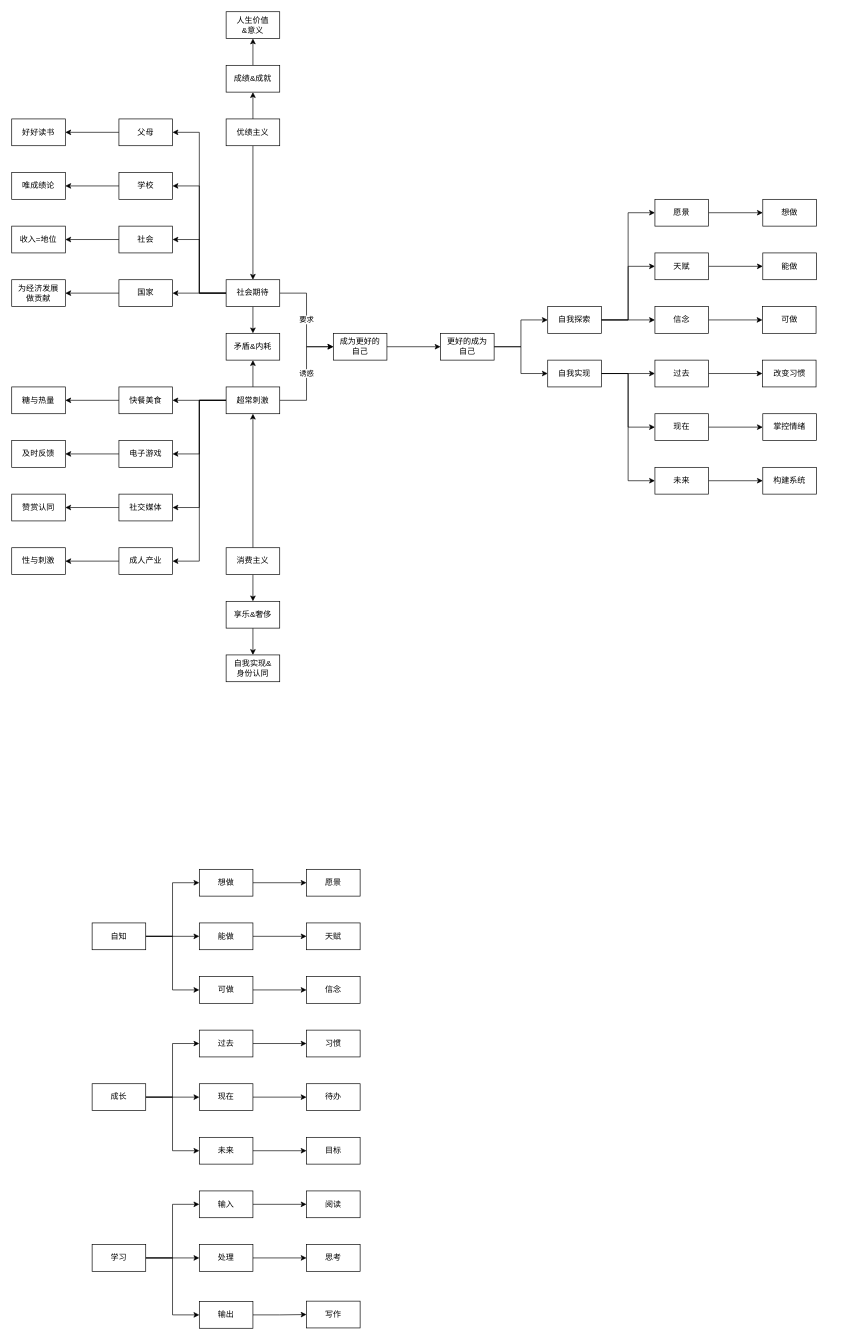
Earlier version of the draw.io diagram 人生系统.drawio (youyusan/life_system). Source tidied: cells renumbered, new cells numbered last; positions are measured from the earlier drawing's top-left corner, leaving out a move shared by most shapes. Both pictures are drawn from the tidied source at 67%, with x=0, y=0 at pixel (11, 11).
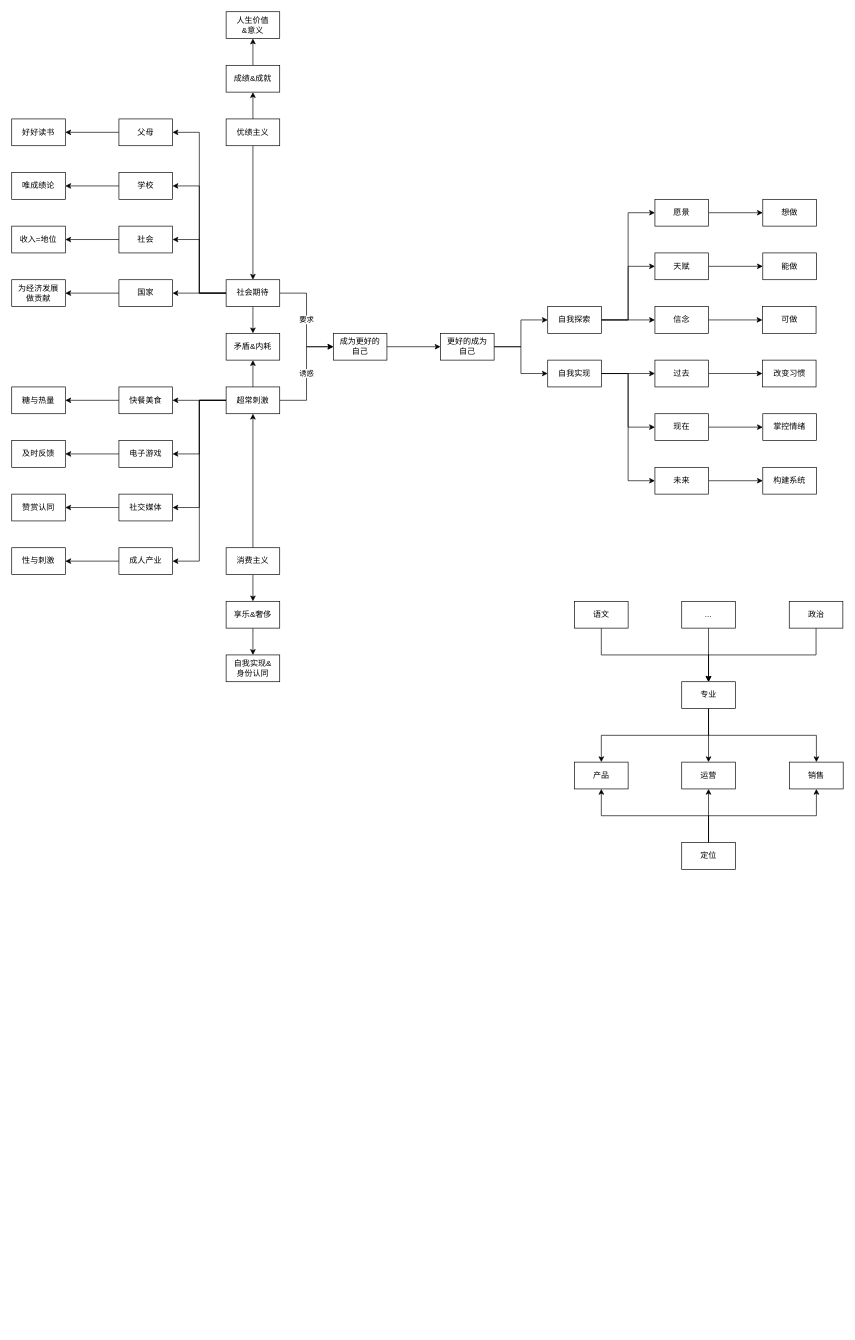
The same page after the edit.

Commit message:
更新人生系统.drawio

What changed in the source:
```diff
@@
-    <mxCell id="2" style="edgeStyle=orthogonalEdgeStyle;rounded=0;jettySize=auto;html=1;entryX=0;entryY=0.5;entryDx=0;entryDy=0;" parent="1" edge="1" source="5" target="7">
-      <mxGeometry relative="1" as="geometry" />
-    </mxCell>
-    <mxCell id="3" style="edgeStyle=orthogonalEdgeStyle;rounded=0;jettySize=auto;html=1;" parent="1" edge="1" source="5" target="11">
-      <mxGeometry relative="1" as="geometry" />
-    </mxCell>
-    <mxCell id="4" style="edgeStyle=orthogonalEdgeStyle;rounded=0;jettySize=auto;html=1;entryX=0;entryY=0.5;entryDx=0;entryDy=0;" parent="1" edge="1" source="5" target="9">
-      <mxGeometry relative="1" as="geometry" />
-    </mxCell>
-    <mxCell id="5" value="成长" style="rounded=0;whiteSpace=wrap;html=1;" parent="1" vertex="1">
-      <mxGeometry x="120" y="1600" width="80" height="40" as="geometry" />
-    </mxCell>
-    <mxCell id="6" style="edgeStyle=orthogonalEdgeStyle;rounded=0;jettySize=auto;html=1;entryX=0;entryY=0.5;entryDx=0;entryDy=0;" parent="1" edge="1" source="7" target="12">
-      <mxGeometry relative="1" as="geometry" />
-    </mxCell>
-    <mxCell id="7" value="过去" style="rounded=0;whiteSpace=wrap;html=1;" parent="1" vertex="1">
-      <mxGeometry x="280" y="1520" width="80" height="40" as="geometry" />
-    </mxCell>
-    <mxCell id="8" style="edgeStyle=orthogonalEdgeStyle;rounded=0;jettySize=auto;html=1;" parent="1" edge="1" source="9" target="14">
-      <mxGeometry relative="1" as="geometry" />
-    </mxCell>
-    <mxCell id="9" value="未来" style="rounded=0;whiteSpace=wrap;html=1;" parent="1" vertex="1">
-      <mxGeometry x="280" y="1680" width="80" height="40" as="geometry" />
-    </mxCell>
-    <mxCell id="10" style="edgeStyle=orthogonalEdgeStyle;rounded=0;jettySize=auto;html=1;" parent="1" edge="1" source="11" target="13">
-      <mxGeometry relative="1" as="geometry" />
-    </mxCell>
-    <mxCell id="11" value="现在" style="rounded=0;whiteSpace=wrap;html=1;" parent="1" vertex="1">
-      <mxGeometry x="280" y="1600" width="80" height="40" as="geometry" />
-    </mxCell>
-    <mxCell id="12" value="习惯" style="rounded=0;whiteSpace=wrap;html=1;" parent="1" vertex="1">
-      <mxGeometry x="440" y="1520" width="80" height="40" as="geometry" />
-    </mxCell>
-    <mxCell id="13" value="待办" style="rounded=0;whiteSpace=wrap;html=1;" parent="1" vertex="1">
-      <mxGeometry x="440" y="1600" width="80" height="40" as="geometry" />
-    </mxCell>
-    <mxCell id="14" value="目标" style="rounded=0;whiteSpace=wrap;html=1;" parent="1" vertex="1">
-      <mxGeometry x="440" y="1680" width="80" height="40" as="geometry" />
-    </mxCell>
-    <mxCell id="15" style="edgeStyle=orthogonalEdgeStyle;rounded=0;jettySize=auto;html=1;entryX=0;entryY=0.5;entryDx=0;entryDy=0;" parent="1" edge="1" source="18" target="20">
-      <mxGeometry relative="1" as="geometry" />
-    </mxCell>
-    <mxCell id="16" style="edgeStyle=orthogonalEdgeStyle;rounded=0;jettySize=auto;html=1;" parent="1" edge="1" source="18" target="22">
-      <mxGeometry relative="1" as="geometry" />
-    </mxCell>
-    <mxCell id="17" style="edgeStyle=orthogonalEdgeStyle;rounded=0;jettySize=auto;html=1;entryX=0;entryY=0.5;entryDx=0;entryDy=0;" parent="1" edge="1" source="18" target="24">
-      <mxGeometry relative="1" as="geometry" />
-    </mxCell>
-    <mxCell id="18" value="学习" style="rounded=0;whiteSpace=wrap;html=1;" parent="1" vertex="1">
-      <mxGeometry x="120" y="1840" width="80" height="40" as="geometry" />
-    </mxCell>
-    <mxCell id="19" style="edgeStyle=orthogonalEdgeStyle;rounded=0;jettySize=auto;html=1;entryX=0;entryY=0.5;entryDx=0;entryDy=0;" parent="1" edge="1" source="20" target="25">
-      <mxGeometry relative="1" as="geometry" />
-    </mxCell>
-    <mxCell id="20" value="输入" style="rounded=0;whiteSpace=wrap;html=1;" parent="1" vertex="1">
-      <mxGeometry x="280" y="1760" width="80" height="40" as="geometry" />
-    </mxCell>
-    <mxCell id="21" style="edgeStyle=orthogonalEdgeStyle;rounded=0;jettySize=auto;html=1;entryX=0;entryY=0.5;entryDx=0;entryDy=0;" parent="1" edge="1" source="22" target="26">
-      <mxGeometry relative="1" as="geometry" />
-    </mxCell>
-    <mxCell id="22" value="处理" style="rounded=0;whiteSpace=wrap;html=1;" parent="1" vertex="1">
-      <mxGeometry x="280" y="1840" width="80" height="40" as="geometry" />
-    </mxCell>
-    <mxCell id="23" style="edgeStyle=orthogonalEdgeStyle;rounded=0;jettySize=auto;html=1;" parent="1" edge="1" source="24" target="27">
-      <mxGeometry relative="1" as="geometry" />
-    </mxCell>
-    <mxCell id="24" value="输出" style="rounded=0;whiteSpace=wrap;html=1;" parent="1" vertex="1">
-      <mxGeometry x="280" y="1925" width="80" height="40" as="geometry" />
-    </mxCell>
-    <mxCell id="25" value="阅读" style="rounded=0;whiteSpace=wrap;html=1;" parent="1" vertex="1">
-      <mxGeometry x="440" y="1760" width="80" height="40" as="geometry" />
-    </mxCell>
-    <mxCell id="26" value="思考" style="rounded=0;whiteSpace=wrap;html=1;" parent="1" vertex="1">
-      <mxGeometry x="440" y="1840" width="80" height="40" as="geometry" />
-    </mxCell>
-    <mxCell id="27" value="写作" style="rounded=0;whiteSpace=wrap;html=1;" parent="1" vertex="1">
-      <mxGeometry x="440" y="1924.5" width="80" height="40" as="geometry" />
-    </mxCell>
-    <mxCell id="28" style="edgeStyle=orthogonalEdgeStyle;rounded=0;jettySize=auto;html=1;entryX=0;entryY=0.5;entryDx=0;entryDy=0;" parent="1" edge="1" source="31" target="37">
-      <mxGeometry relative="1" as="geometry" />
-    </mxCell>
-    <mxCell id="29" style="edgeStyle=orthogonalEdgeStyle;rounded=0;jettySize=auto;html=1;" parent="1" edge="1" source="31" target="35">
-      <mxGeometry relative="1" as="geometry" />
-    </mxCell>
-    <mxCell id="30" style="edgeStyle=orthogonalEdgeStyle;rounded=0;jettySize=auto;html=1;entryX=0;entryY=0.5;entryDx=0;entryDy=0;" parent="1" edge="1" source="31" target="33">
-      <mxGeometry relative="1" as="geometry" />
-    </mxCell>
-    <mxCell id="31" value="自知" style="rounded=0;whiteSpace=wrap;html=1;" parent="1" vertex="1">
-      <mxGeometry x="120" y="1360" width="80" height="40" as="geometry" />
-    </mxCell>
-    <mxCell id="32" style="edgeStyle=orthogonalEdgeStyle;rounded=0;jettySize=auto;html=1;entryX=0;entryY=0.5;entryDx=0;entryDy=0;" parent="1" edge="1" source="33" target="40">
-      <mxGeometry relative="1" as="geometry" />
-    </mxCell>
-    <mxCell id="33" value="可做" style="rounded=0;whiteSpace=wrap;html=1;" parent="1" vertex="1">
-      <mxGeometry x="280" y="1440" width="80" height="40" as="geometry" />
-    </mxCell>
-    <mxCell id="34" style="edgeStyle=orthogonalEdgeStyle;rounded=0;jettySize=auto;html=1;" parent="1" edge="1" source="35" target="39">
-      <mxGeometry relative="1" as="geometry" />
-    </mxCell>
-    <mxCell id="35" value="能做" style="rounded=0;whiteSpace=wrap;html=1;" parent="1" vertex="1">
-      <mxGeometry x="280" y="1360" width="80" height="40" as="geometry" />
-    </mxCell>
-    <mxCell id="36" style="edgeStyle=orthogonalEdgeStyle;rounded=0;jettySize=auto;html=1;entryX=0;entryY=0.5;entryDx=0;entryDy=0;" parent="1" edge="1" source="37" target="38">
-      <mxGeometry relative="1" as="geometry" />
-    </mxCell>
-    <mxCell id="37" value="想做" style="rounded=0;whiteSpace=wrap;html=1;" parent="1" vertex="1">
-      <mxGeometry x="280" y="1280" width="80" height="40" as="geometry" />
-    </mxCell>
-    <mxCell id="38" value="愿景" style="rounded=0;whiteSpace=wrap;html=1;" parent="1" vertex="1">
-      <mxGeometry x="440" y="1280" width="80" height="40" as="geometry" />
-    </mxCell>
-    <mxCell id="39" value="天赋" style="rounded=0;whiteSpace=wrap;html=1;" parent="1" vertex="1">
-      <mxGeometry x="440" y="1360" width="80" height="40" as="geometry" />
-    </mxCell>
-    <mxCell id="40" value="信念" style="rounded=0;whiteSpace=wrap;html=1;" parent="1" vertex="1">
-      <mxGeometry x="440" y="1440" width="80" height="40" as="geometry" />
-    </mxCell>
@@
+    <mxCell id="123" style="edgeStyle=orthogonalEdgeStyle;rounded=0;jettySize=auto;html=1;" parent="1" edge="1" source="124" target="128">
+      <mxGeometry relative="1" as="geometry" />
+    </mxCell>
+    <mxCell id="124" value="..." style="rounded=0;whiteSpace=wrap;html=1;" parent="1" vertex="1">
+      <mxGeometry x="1000" y="880" width="80" height="40" as="geometry" />
+    </mxCell>
+    <mxCell id="125" style="edgeStyle=orthogonalEdgeStyle;rounded=0;jettySize=auto;html=1;entryX=0.5;entryY=0;entryDx=0;entryDy=0;" parent="1" edge="1" source="128" target="134">
+      <mxGeometry relative="1" as="geometry" />
+    </mxCell>
+    <mxCell id="126" style="edgeStyle=orthogonalEdgeStyle;rounded=0;jettySize=auto;html=1;entryX=0.5;entryY=0;entryDx=0;entryDy=0;" parent="1" edge="1" source="128" target="129">
+      <mxGeometry relative="1" as="geometry">
+        <Array as="points">
+          <mxPoint x="1040" y="1080" />
+          <mxPoint x="880" y="1080" />
+        </Array>
+      </mxGeometry>
+    </mxCell>
+    <mxCell id="127" style="edgeStyle=orthogonalEdgeStyle;rounded=0;jettySize=auto;html=1;" parent="1" edge="1" source="128" target="135">
+      <mxGeometry relative="1" as="geometry">
+        <Array as="points">
+          <mxPoint x="1040" y="1080" />
+          <mxPoint x="1201" y="1080" />
+        </Array>
+      </mxGeometry>
+    </mxCell>
+    <mxCell id="128" value="专业" style="rounded=0;whiteSpace=wrap;html=1;" parent="1" vertex="1">
+      <mxGeometry x="1000" y="1000" width="80" height="40" as="geometry" />
+    </mxCell>
+    <mxCell id="129" value="产品" style="rounded=0;whiteSpace=wrap;html=1;" parent="1" vertex="1">
+      <mxGeometry x="840" y="1120" width="80" height="40" as="geometry" />
+    </mxCell>
+    <mxCell id="130" style="edgeStyle=orthogonalEdgeStyle;rounded=0;jettySize=auto;html=1;entryX=0.5;entryY=1;entryDx=0;entryDy=0;" parent="1" edge="1" source="133" target="129">
+      <mxGeometry relative="1" as="geometry">
+        <Array as="points">
+          <mxPoint x="1040" y="1200" />
+          <mxPoint x="880" y="1200" />
+        </Array>
+      </mxGeometry>
+    </mxCell>
+    <mxCell id="131" style="edgeStyle=orthogonalEdgeStyle;rounded=0;jettySize=auto;html=1;entryX=0.5;entryY=1;entryDx=0;entryDy=0;" parent="1" edge="1" source="133" target="134">
+      <mxGeometry relative="1" as="geometry" />
+    </mxCell>
+    <mxCell id="132" style="edgeStyle=orthogonalEdgeStyle;rounded=0;jettySize=auto;html=1;" parent="1" edge="1" source="133" target="135">
+      <mxGeometry relative="1" as="geometry">
+        <Array as="points">
+          <mxPoint x="1040" y="1200" />
+          <mxPoint x="1201" y="1200" />
+        </Array>
+      </mxGeometry>
+    </mxCell>
+    <mxCell id="133" value="定位" style="rounded=0;whiteSpace=wrap;html=1;" parent="1" vertex="1">
+      <mxGeometry x="1000" y="1240" width="80" height="40" as="geometry" />
+    </mxCell>
+    <mxCell id="134" value="运营" style="rounded=0;whiteSpace=wrap;html=1;" parent="1" vertex="1">
+      <mxGeometry x="1000" y="1120" width="80" height="40" as="geometry" />
+    </mxCell>
+    <mxCell id="135" value="销售" style="rounded=0;whiteSpace=wrap;html=1;" parent="1" vertex="1">
+      <mxGeometry x="1161" y="1120" width="80" height="40" as="geometry" />
+    </mxCell>
+    <mxCell id="136" style="edgeStyle=orthogonalEdgeStyle;rounded=0;jettySize=auto;html=1;" parent="1" edge="1" source="137" target="128">
+      <mxGeometry relative="1" as="geometry">
+        <Array as="points">
+          <mxPoint x="880" y="960" />
+          <mxPoint x="1040" y="960" />
+        </Array>
+      </mxGeometry>
+    </mxCell>
+    <mxCell id="137" value="语文" style="rounded=0;whiteSpace=wrap;html=1;" parent="1" vertex="1">
+      <mxGeometry x="840" y="880" width="80" height="40" as="geometry" />
+    </mxCell>
+    <mxCell id="138" style="edgeStyle=orthogonalEdgeStyle;rounded=0;jettySize=auto;html=1;entryX=0.5;entryY=0;entryDx=0;entryDy=0;" parent="1" edge="1" source="139" target="128">
+      <mxGeometry relative="1" as="geometry">
+        <Array as="points">
+          <mxPoint x="1201" y="960" />
+          <mxPoint x="1040" y="960" />
+        </Array>
+      </mxGeometry>
+    </mxCell>
+    <mxCell id="139" value="政治" style="rounded=0;whiteSpace=wrap;html=1;" parent="1" vertex="1">
+      <mxGeometry x="1160.5" y="880" width="80" height="40" as="geometry" />
+    </mxCell>
```
